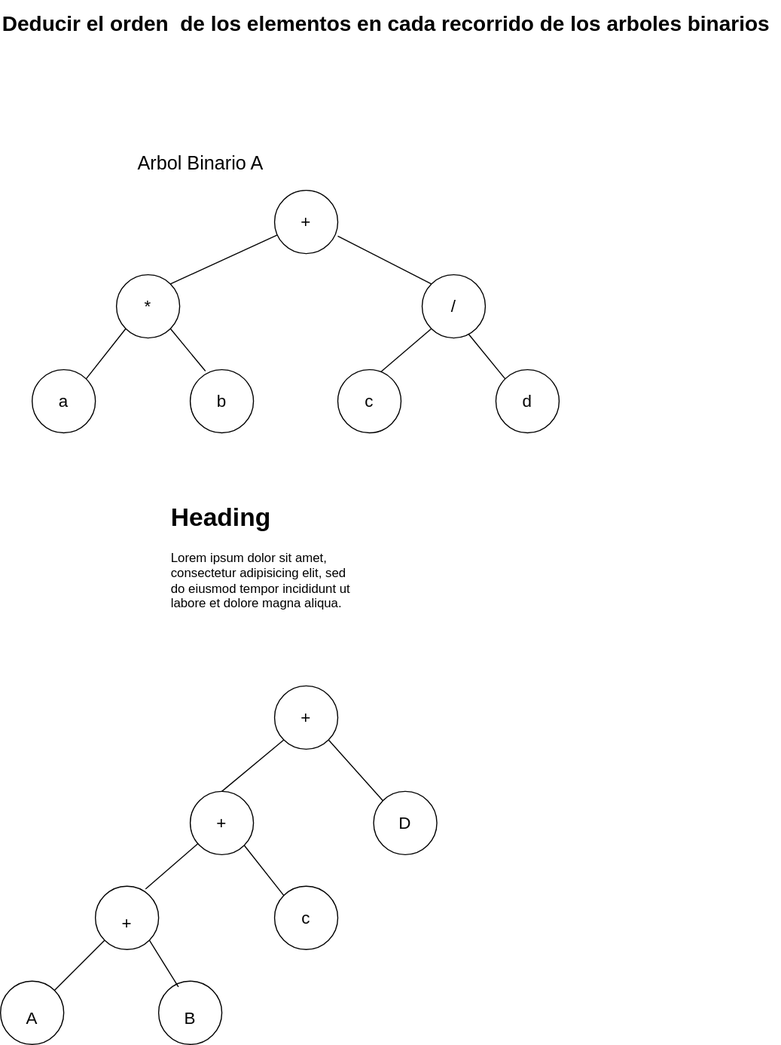
Nordcode-cyber/Algoritmos-Estructdatos keeps this draw.io diagram as Estructura-de-datos/Arboles/ejercicio-recorrido.drawio.svg. Above is the earlier version. Source tidied: cells renumbered, new cells last; positions are measured from the earlier drawing's top-left corner, leaving out a move shared by most shapes.
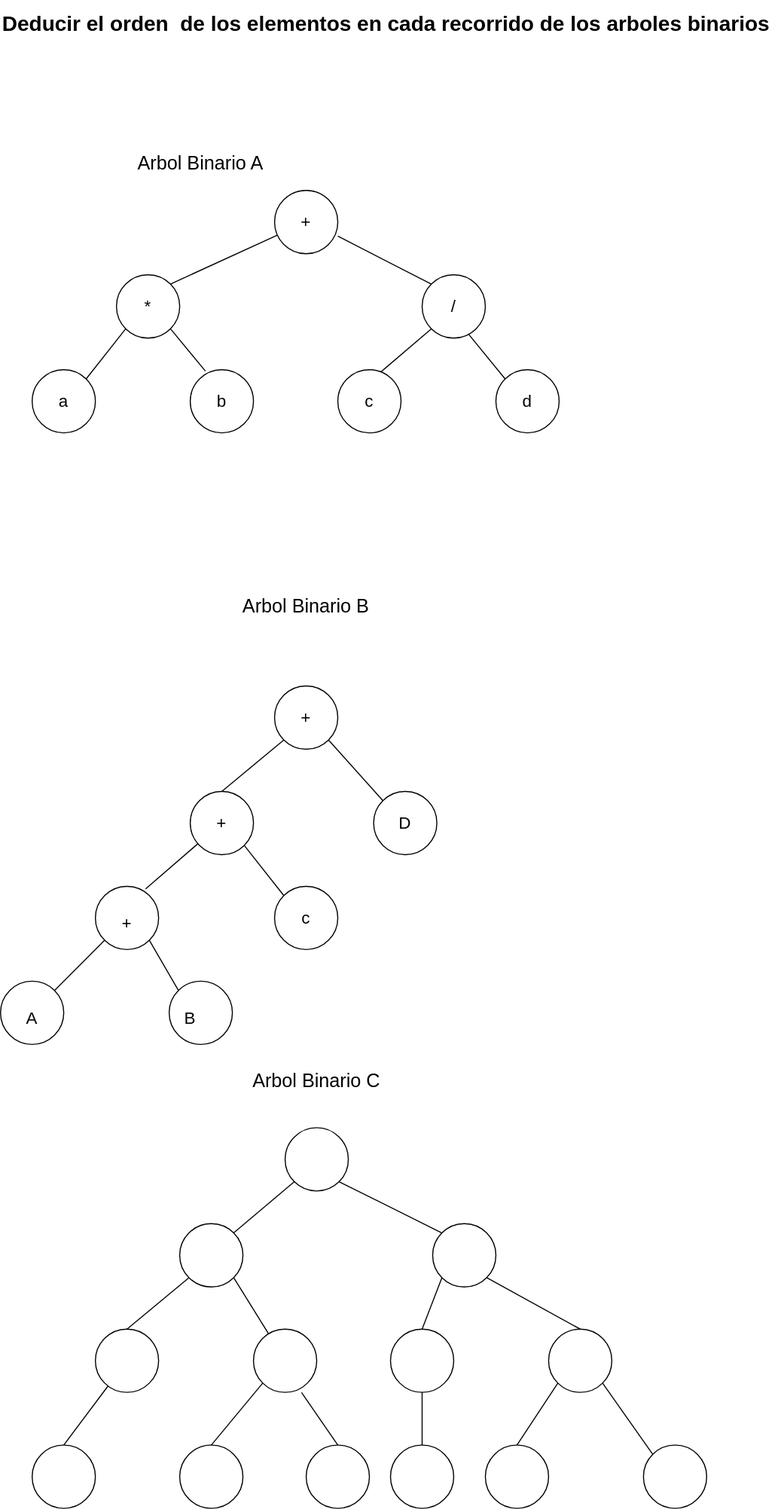
The same file after the commit.

What changed in the source:
```diff
@@ -68,9 +68,6 @@
     <mxCell id="23" value="&lt;font style=&quot;color: light-dark(rgb(0, 0, 0), rgb(0, 153, 153)); font-size: 18px;&quot;&gt;Arbol Binario A&lt;/font&gt;" style="text;html=1;align=center;verticalAlign=middle;whiteSpace=wrap;rounded=0;" parent="1" vertex="1">
       <mxGeometry x="120" y="140" width="140" height="30" as="geometry" />
     </mxCell>
-    <mxCell id="24" value="&lt;h1 style=&quot;margin-top: 0px;&quot;&gt;Heading&lt;/h1&gt;&lt;p&gt;Lorem ipsum dolor sit amet, consectetur adipisicing elit, sed do eiusmod tempor incididunt ut labore et dolore magna aliqua.&lt;/p&gt;" style="text;html=1;whiteSpace=wrap;overflow=hidden;rounded=0;" parent="1" vertex="1">
-      <mxGeometry x="160" y="470" width="180" height="120" as="geometry" />
-    </mxCell>
     <mxCell id="25" style="ellipse;whiteSpace=wrap;html=1;fillColor=none;" parent="1" vertex="1">
       <mxGeometry x="260" y="650" width="60" height="60" as="geometry" />
     </mxCell>
@@ -102,9 +99,9 @@
       <mxGeometry y="930" width="60" height="60" as="geometry" />
     </mxCell>
     <mxCell id="35" style="ellipse;whiteSpace=wrap;html=1;fillColor=none;" parent="1" vertex="1">
-      <mxGeometry x="150" y="930" width="60" height="60" as="geometry" />
+      <mxGeometry x="160" y="930" width="60" height="60" as="geometry" />
     </mxCell>
-    <mxCell id="36" style="endArrow=none;html=1;entryX=1;entryY=1;entryDx=0;entryDy=0;exitX=0.313;exitY=0.09;exitDx=0;exitDy=0;exitPerimeter=0;" parent="1" edge="1" source="35" target="28">
+    <mxCell id="36" style="endArrow=none;html=1;entryX=1;entryY=1;entryDx=0;entryDy=0;exitX=0;exitY=0;exitDx=0;exitDy=0;" parent="1" edge="1" source="35" target="28">
       <mxGeometry relative="1" as="geometry" />
     </mxCell>
     <mxCell id="37" style="endArrow=none;html=1;entryX=0;entryY=1;entryDx=0;entryDy=0;" parent="1" edge="1" source="34" target="28">
@@ -131,5 +128,86 @@
     <mxCell id="44" value="&lt;font style=&quot;font-size: 16px; color: light-dark(rgb(0, 0, 0), rgb(102, 255, 102));&quot;&gt;B&lt;/font&gt;" style="text;html=1;align=center;verticalAlign=middle;whiteSpace=wrap;rounded=0;" parent="1" vertex="1">
       <mxGeometry x="150" y="950" width="60" height="30" as="geometry" />
     </mxCell>
+    <mxCell id="45" value="&lt;font style=&quot;color: light-dark(rgb(0, 0, 0), rgb(0, 153, 153)); font-size: 18px;&quot;&gt;Arbol Binario B&lt;/font&gt;" style="text;html=1;align=center;verticalAlign=middle;whiteSpace=wrap;rounded=0;" parent="1" vertex="1">
+      <mxGeometry x="220" y="560" width="140" height="30" as="geometry" />
+    </mxCell>
+    <mxCell id="46" value="&lt;font style=&quot;color: light-dark(rgb(0, 0, 0), rgb(0, 153, 153)); font-size: 18px;&quot;&gt;Arbol Binario C&lt;/font&gt;" style="text;html=1;align=center;verticalAlign=middle;whiteSpace=wrap;rounded=0;" parent="1" vertex="1">
+      <mxGeometry x="230" y="1010" width="140" height="30" as="geometry" />
+    </mxCell>
+    <mxCell id="47" style="ellipse;whiteSpace=wrap;html=1;fillColor=none;" parent="1" vertex="1">
+      <mxGeometry x="270" y="1069" width="60" height="60" as="geometry" />
+    </mxCell>
+    <mxCell id="48" style="ellipse;whiteSpace=wrap;html=1;fillColor=none;" parent="1" vertex="1">
+      <mxGeometry x="170" y="1160" width="60" height="60" as="geometry" />
+    </mxCell>
+    <mxCell id="49" style="ellipse;whiteSpace=wrap;html=1;fillColor=none;" parent="1" vertex="1">
+      <mxGeometry x="410" y="1160" width="60" height="60" as="geometry" />
+    </mxCell>
+    <mxCell id="50" style="ellipse;whiteSpace=wrap;html=1;fillColor=none;" parent="1" vertex="1">
+      <mxGeometry x="90" y="1260" width="60" height="60" as="geometry" />
+    </mxCell>
+    <mxCell id="51" style="ellipse;whiteSpace=wrap;html=1;fillColor=none;" parent="1" vertex="1">
+      <mxGeometry x="240" y="1260" width="60" height="60" as="geometry" />
+    </mxCell>
+    <mxCell id="52" style="ellipse;whiteSpace=wrap;html=1;fillColor=none;" parent="1" vertex="1">
+      <mxGeometry x="370" y="1260" width="60" height="60" as="geometry" />
+    </mxCell>
+    <mxCell id="53" style="ellipse;whiteSpace=wrap;html=1;fillColor=none;" parent="1" vertex="1">
+      <mxGeometry x="520" y="1260" width="60" height="60" as="geometry" />
+    </mxCell>
+    <mxCell id="54" style="ellipse;whiteSpace=wrap;html=1;fillColor=none;" parent="1" vertex="1">
+      <mxGeometry x="30" y="1370" width="60" height="60" as="geometry" />
+    </mxCell>
+    <mxCell id="55" style="ellipse;whiteSpace=wrap;html=1;fillColor=none;" parent="1" vertex="1">
+      <mxGeometry x="170" y="1370" width="60" height="60" as="geometry" />
+    </mxCell>
+    <mxCell id="56" style="ellipse;whiteSpace=wrap;html=1;fillColor=none;" parent="1" vertex="1">
+      <mxGeometry x="290" y="1370" width="60" height="60" as="geometry" />
+    </mxCell>
+    <mxCell id="57" style="ellipse;whiteSpace=wrap;html=1;fillColor=none;" parent="1" vertex="1">
+      <mxGeometry x="370" y="1370" width="60" height="60" as="geometry" />
+    </mxCell>
+    <mxCell id="58" style="ellipse;whiteSpace=wrap;html=1;fillColor=none;" parent="1" vertex="1">
+      <mxGeometry x="460" y="1370" width="60" height="60" as="geometry" />
+    </mxCell>
+    <mxCell id="59" style="ellipse;whiteSpace=wrap;html=1;fillColor=none;" parent="1" vertex="1">
+      <mxGeometry x="610" y="1370" width="60" height="60" as="geometry" />
+    </mxCell>
+    <mxCell id="60" style="endArrow=none;html=1;entryX=1;entryY=1;entryDx=0;entryDy=0;exitX=0;exitY=0;exitDx=0;exitDy=0;" parent="1" edge="1" source="49" target="47">
+      <mxGeometry relative="1" as="geometry" />
+    </mxCell>
+    <mxCell id="61" style="endArrow=none;html=1;entryX=0;entryY=1;entryDx=0;entryDy=0;exitX=1;exitY=0;exitDx=0;exitDy=0;" parent="1" edge="1" source="48" target="47">
+      <mxGeometry relative="1" as="geometry" />
+    </mxCell>
+    <mxCell id="62" style="endArrow=none;html=1;entryX=1;entryY=1;entryDx=0;entryDy=0;" parent="1" edge="1" source="51" target="48">
+      <mxGeometry relative="1" as="geometry" />
+    </mxCell>
+    <mxCell id="63" style="endArrow=none;html=1;exitX=0.5;exitY=0;exitDx=0;exitDy=0;entryX=0;entryY=1;entryDx=0;entryDy=0;" parent="1" edge="1" source="50" target="48">
+      <mxGeometry relative="1" as="geometry" />
+    </mxCell>
+    <mxCell id="64" style="endArrow=none;html=1;entryX=0;entryY=1;entryDx=0;entryDy=0;exitX=0.5;exitY=0;exitDx=0;exitDy=0;" parent="1" edge="1" source="52" target="49">
+      <mxGeometry relative="1" as="geometry" />
+    </mxCell>
+    <mxCell id="65" style="endArrow=none;html=1;exitX=0.5;exitY=0;exitDx=0;exitDy=0;entryX=1;entryY=1;entryDx=0;entryDy=0;" parent="1" edge="1" source="53" target="49">
+      <mxGeometry relative="1" as="geometry" />
+    </mxCell>
+    <mxCell id="66" style="endArrow=none;html=1;entryX=1;entryY=1;entryDx=0;entryDy=0;exitX=0;exitY=0;exitDx=0;exitDy=0;" parent="1" edge="1" source="59" target="53">
+      <mxGeometry relative="1" as="geometry" />
+    </mxCell>
+    <mxCell id="67" style="endArrow=none;html=1;entryX=0;entryY=1;entryDx=0;entryDy=0;exitX=0.5;exitY=0;exitDx=0;exitDy=0;" parent="1" edge="1" source="58" target="53">
+      <mxGeometry relative="1" as="geometry" />
+    </mxCell>
+    <mxCell id="68" style="endArrow=none;html=1;entryX=0.5;entryY=1;entryDx=0;entryDy=0;" parent="1" edge="1" source="57" target="52">
+      <mxGeometry relative="1" as="geometry" />
+    </mxCell>
+    <mxCell id="69" style="endArrow=none;html=1;exitX=0.5;exitY=0;exitDx=0;exitDy=0;" parent="1" edge="1" source="54" target="50">
+      <mxGeometry relative="1" as="geometry" />
+    </mxCell>
+    <mxCell id="70" style="endArrow=none;html=1;entryX=0;entryY=1;entryDx=0;entryDy=0;exitX=0.5;exitY=0;exitDx=0;exitDy=0;" parent="1" edge="1" source="55" target="51">
+      <mxGeometry relative="1" as="geometry" />
+    </mxCell>
+    <mxCell id="71" style="endArrow=none;html=1;exitX=0.5;exitY=0;exitDx=0;exitDy=0;entryX=0.76;entryY=1.003;entryDx=0;entryDy=0;entryPerimeter=0;" parent="1" edge="1" source="56" target="51">
+      <mxGeometry relative="1" as="geometry" />
+    </mxCell>
   </root>
 </mxGraphModel>
```
